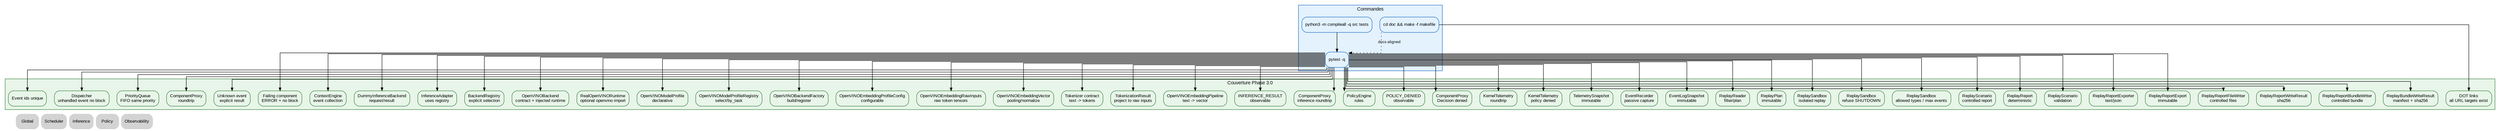
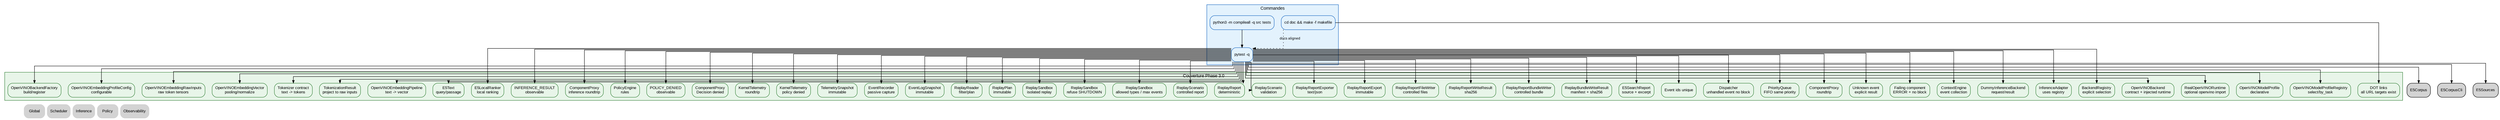
digraph Tests {
    rankdir=TB;
    splines=ortho;

    graph [fontname="Arial", fontsize=11];
    node [shape=box, style="rounded,filled", fontname="Arial", fontsize=10];
    edge [fontname="Arial", fontsize=9, arrowsize=0.7];

    // ROADMAP_NOTE[phase2_9]:
    // Ajout des tests RealOpenVINORuntime avec faux module openvino injecté.
    // Ces tests valident l'import isolé, les entrées brutes, le cache de modèle
    // compilé et l'absence de modèle/tokenizer imposé.

    // ROADMAP_NOTE[phase3_0]:
    // Ajout des tests OpenVINOModelProfile et OpenVINOModelProfileRegistry pour
    // préparer plusieurs modèles sans fallback implicite.

    // ROADMAP_NOTE[phase3_1]:
    // Ajout des tests OpenVINOBackendFactory pour construire et enregistrer un
    // backend depuis un profil explicite sans importer openvino.

    // ROADMAP_NOTE[phase3_2]:
    // Ajout des tests OpenVINOEmbeddingProfileConfig pour déclarer un profil
    // embedding configurable sans modèle local imposé.

    // ROADMAP_NOTE[phase3_3]:
    // Ajout des tests OpenVINOEmbeddingRawInputs et
    // OpenVINOEmbeddingOutputAdapter pour valider tokens bruts, pooling,
    // normalisation et vecteur stable sans tokenizer ni Qdrant.

    // ROADMAP_NOTE[phase3_4]:
    // Ajout des tests TokenizerConfig, TokenizationRequest,
    // TokenizationResult et TokenizerRegistry pour préparer texte -> tokens
    // sans dépendance externe imposée.
+ 
+     // ROADMAP_NOTE[phase3_6]:
+     // Ajout des tests DeterministicTokenizer pour valider un tokenizer concret
+     // pure stdlib sans vocabulaire réel ni compatibilité modèle revendiquée.
+ 
+     // ROADMAP_NOTE[phase3_10]:
+     // Ajout des tests E5Text et E5LocalRanker pour verrouiller query/passage
+     // et valider un ranking local avant Qdrant.
+ 
+     // ROADMAP_NOTE[phase3_12]:
+     // Ajout des tests E5CorpusBuilder, E5CorpusSearcher, E5CorpusJsonStore
+     // et CLI corpus pour persister des passages vectorisés avant Qdrant.
+ 
+     // ROADMAP_NOTE[phase3_14]:
+     // Ajout des tests E5SearchReport et CLI source context pour afficher
+     // source_path, lignes et extrait dans les résultats de recherche.

    subgraph cluster_commands {
        label="Commandes";
        color="#1565c0";
        bgcolor="#e3f2fd";
        node [fillcolor="#e3f2fd", color="#1565c0"];
        Compile [label="python3 -m compileall -q src tests"];
        Pytest [label="pytest -q"];
        Dot [label="cd doc && make -f makefile"];
    }

    subgraph cluster_coverage {
        label="Couverture Phase 3.0";
        color="#2e7d32";
        bgcolor="#e8f5e9";
        node [fillcolor="#e8f5e9", color="#2e7d32"];
        EventIds [label="Event ids unique"];
        Dispatcher [label="Dispatcher\nunhandled event no block"];
        Queue [label="PriorityQueue\nFIFO same priority"];
        Proxy [label="ComponentProxy\nroundtrip"];
        Unknown [label="Unknown event\nexplicit result"];
        Failure [label="Failing component\nERROR + no block"];
        Context [label="ContextEngine\nevent collection"];
        Inference [label="DummyInferenceBackend\nrequest/result"];
        InferenceAdapter [label="InferenceAdapter\nuses registry"];
        BackendRegistry [label="BackendRegistry\nexplicit selection"];
        OpenVINOContract [label="OpenVINOBackend\ncontract + injected runtime", URL="../inference/41_openvino_backend.svg"];
        OpenVINORuntime [label="RealOpenVINORuntime\noptional openvino import", URL="../inference/42_openvino_runtime.svg"];
        OpenVINOProfile [label="OpenVINOModelProfile\ndeclarative", URL="../inference/43_openvino_profiles.svg"];
        OpenVINOProfileRegistry [label="OpenVINOModelProfileRegistry\nselect/by_task", URL="../inference/43_openvino_profiles.svg"];
        OpenVINOBackendFactory [label="OpenVINOBackendFactory\nbuild/register", URL="../inference/43_openvino_profiles.svg"];
        OpenVINOEmbeddingProfile [label="OpenVINOEmbeddingProfileConfig\nconfigurable", URL="../inference/44_openvino_embedding_profile.svg"];
        OpenVINOEmbeddingRaw [label="OpenVINOEmbeddingRawInputs\nraw token tensors", URL="../inference/45_openvino_embedding_raw.svg"];
        OpenVINOEmbeddingVector [label="OpenVINOEmbeddingVector\npooling/normalize", URL="../inference/45_openvino_embedding_raw.svg"];
        TokenizerContract [label="Tokenizer contract\ntext -> tokens", URL="../inference/46_tokenizer_contract.svg"];
        TokenizationResult [label="TokenizationResult\nproject to raw inputs", URL="../inference/46_tokenizer_contract.svg"];
        OpenVINOEmbeddingPipeline [label="OpenVINOEmbeddingPipeline\ntext -> vector", URL="../inference/47_openvino_embedding_pipeline.svg"];
+         E5Text [label="E5Text\nquery/passage", URL="../inference/49_e5_query_passage.svg"];
+         E5LocalRanker [label="E5LocalRanker\nlocal ranking", URL="../inference/49_e5_query_passage.svg"];
        InferenceObs [label="INFERENCE_RESULT\nobservable"];
        InferenceProxy [label="ComponentProxy\ninference roundtrip"];
        PolicyRules [label="PolicyEngine\nrules"];
        PolicyDenied [label="POLICY_DENIED\nobservable"];
        PolicyProxy [label="ComponentProxy\nDecision denied"];
        TelemetryRoundtrip [label="KernelTelemetry\nroundtrip"];
        TelemetryDenied [label="KernelTelemetry\npolicy denied"];
        TelemetrySnapshot [label="TelemetrySnapshot\nimmutable"];
        EventRecorder [label="EventRecorder\npassive capture"];
        EventLogSnapshot [label="EventLogSnapshot\nimmutable"];
        ReplayReader [label="ReplayReader\nfilter/plan"];
        ReplayPlan [label="ReplayPlan\nimmutable"];
        ReplaySandbox [label="ReplaySandbox\nisolated replay"];
        ReplaySandboxDenied [label="ReplaySandbox\nrefuse SHUTDOWN"];
        ReplaySandboxLimits [label="ReplaySandbox\nallowed types / max events"];
        ReplayScenario [label="ReplayScenario\ncontrolled report"];
        ReplayReport [label="ReplayReport\ndeterministic"];
        ReplayScenarioValidation [label="ReplayScenario\nvalidation"];
        ReplayReportExporter [label="ReplayReportExporter\ntext/json"];
        ReplayReportExport [label="ReplayReportExport\nimmutable"];
        ReplayReportFileWriter [label="ReplayReportFileWriter\ncontrolled files"];
        ReplayReportWriteResult [label="ReplayReportWriteResult\nsha256"];
        ReplayReportBundleWriter [label="ReplayReportBundleWriter\ncontrolled bundle"];
        ReplayBundleWriteResult [label="ReplayBundleWriteResult\nmanifest + sha256"];
+         E5SearchReport [label="E5SearchReport\nsource + excerpt", URL="../inference/52_e5_search_report.svg"];
        DotLinks [label="DOT links\nall URL targets exist"];
    }

    Compile -> Pytest;
    Pytest -> EventIds;
    Pytest -> Dispatcher;
    Pytest -> Queue;
    Pytest -> Proxy;
    Pytest -> Unknown;
    Pytest -> Failure;
    Pytest -> Context;
    Pytest -> Inference;
    Pytest -> InferenceAdapter;
    Pytest -> BackendRegistry;
    Pytest -> OpenVINOContract;
    Pytest -> OpenVINORuntime;
    Pytest -> OpenVINOProfile;
    Pytest -> OpenVINOProfileRegistry;
    Pytest -> OpenVINOBackendFactory;
    Pytest -> OpenVINOEmbeddingProfile;
    Pytest -> OpenVINOEmbeddingRaw;
    Pytest -> OpenVINOEmbeddingVector;
    Pytest -> TokenizerContract;
    Pytest -> TokenizationResult;
    Pytest -> OpenVINOEmbeddingPipeline;
+     Pytest -> E5Text;
+     Pytest -> E5LocalRanker;
+     Pytest -> E5Corpus;
+     Pytest -> E5CorpusCli;
+     Pytest -> E5Sources;
+     Pytest -> E5SearchReport;
    Pytest -> InferenceObs;
    Pytest -> InferenceProxy;
    Pytest -> PolicyRules;
    Pytest -> PolicyDenied;
    Pytest -> PolicyProxy;
    Pytest -> TelemetryRoundtrip;
    Pytest -> TelemetryDenied;
    Pytest -> TelemetrySnapshot;
    Pytest -> EventRecorder;
    Pytest -> EventLogSnapshot;
    Pytest -> ReplayReader;
    Pytest -> ReplayPlan;
    Pytest -> ReplaySandbox;
    Pytest -> ReplaySandboxDenied;
    Pytest -> ReplaySandboxLimits;
    Pytest -> ReplayScenario;
    Pytest -> ReplayReport;
    Pytest -> ReplayScenarioValidation;
    Pytest -> ReplayReportExporter;
    Pytest -> ReplayReportExport;
    Pytest -> ReplayReportFileWriter;
    Pytest -> ReplayReportWriteResult;
    Pytest -> ReplayReportBundleWriter;
    Pytest -> ReplayBundleWriteResult;
    Dot -> DotLinks;
    Dot -> Pytest [style=dotted, label="docs aligned"];

    Nav_Global [label="Global", shape=plaintext, URL="../00_global.svg"];
    Nav_Scheduler [label="Scheduler", shape=plaintext, URL="../scheduler/10_scheduler.svg"];
    Nav_Inference [label="Inference", shape=plaintext, URL="../inference/40_inference.svg"];
    Nav_Policy [label="Policy", shape=plaintext, URL="../00_global.svg"];
    Nav_Observability [label="Observability", shape=plaintext, URL="../observability/70_observability.svg"];

    { rank=sink; Nav_Global; Nav_Scheduler; Nav_Inference; Nav_Policy; Nav_Observability; }
}
